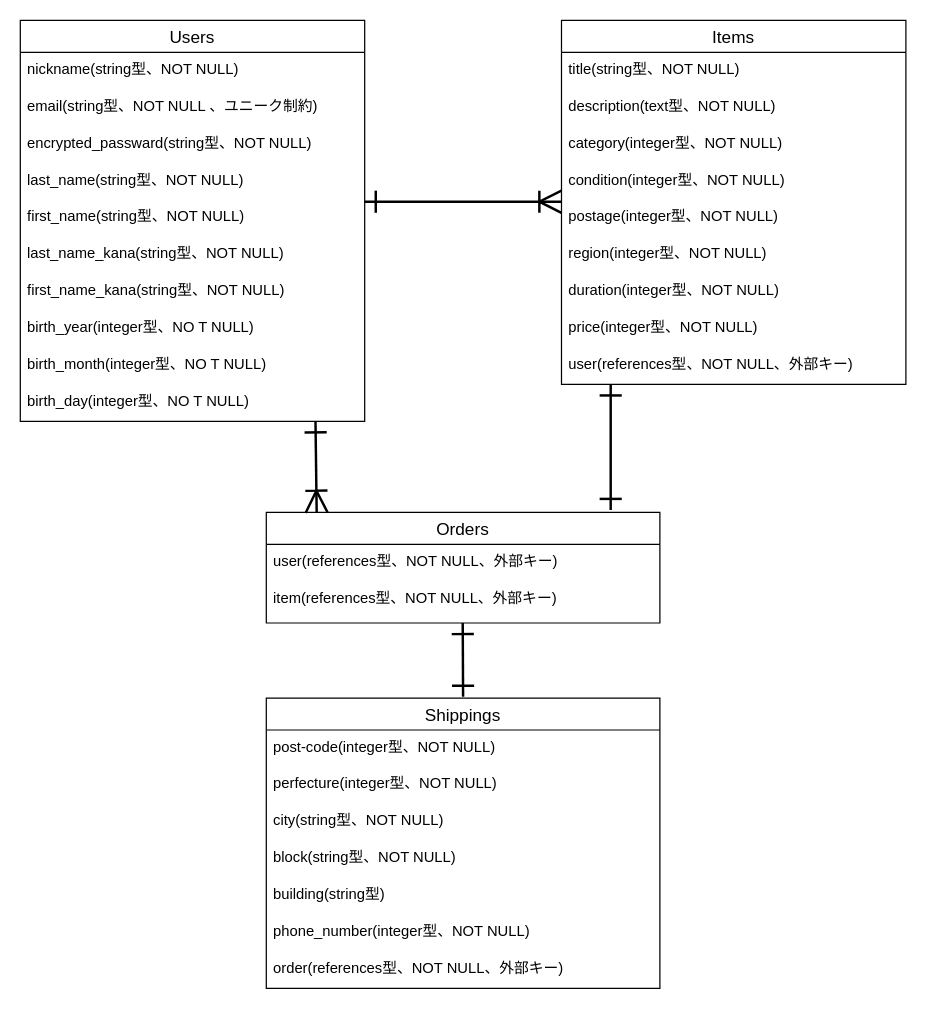
atsushi0610/furima-38916 keeps this draw.io diagram as furima.dio. Above is the earlier version. Source tidied: cells renumbered, new cells numbered last; positions are measured from the earlier drawing's top-left corner, leaving out a move shared by most shapes. Both pictures are drawn from the tidied source at 123%, with x=0, y=0 at pixel (20, 20).
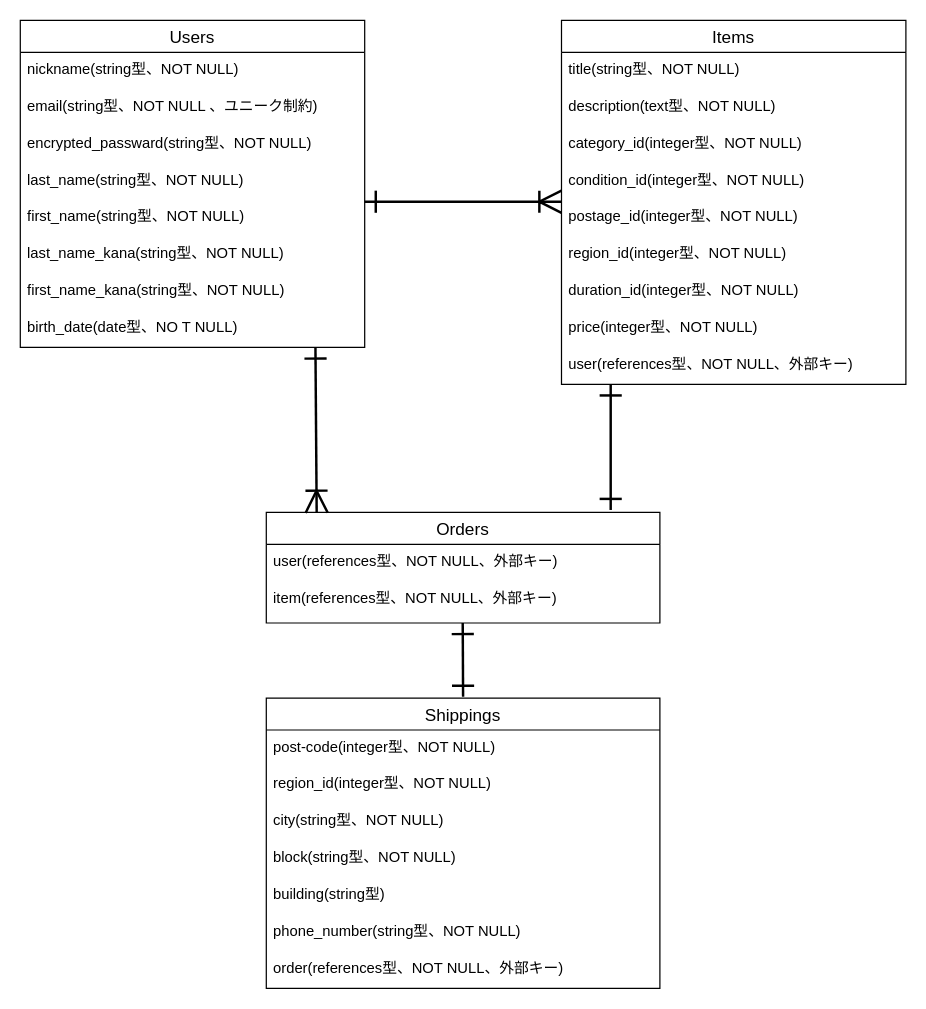
After the change.

Commit message (it also covers changes not shown here):
ER図、READMEの修正

The change refers to these unchanged cells:
```xml
<mxCell id="13" value="Items" style="swimlane;fontStyle=0;horizontal=1;startSize=26;align=center;fontSize=14;" parent="1" vertex="1">
  <mxGeometry x="440" width="280" height="296" as="geometry" />
</mxCell>
<mxCell id="23" value="Orders" style="swimlane;fontStyle=0;horizontal=1;startSize=26;align=center;fontSize=14;" parent="1" vertex="1">
  <mxGeometry x="200" y="400" width="320" height="90" as="geometry" />
</mxCell>
<mxCell id="26" value="Shippings" style="swimlane;fontStyle=0;horizontal=1;startSize=26;align=center;fontSize=14;" parent="1" vertex="1">
  <mxGeometry x="200" y="551" width="320" height="236" as="geometry" />
</mxCell>
```

Diff of the diagram source:
```diff
@@
     <mxCell id="2" value="Users" style="swimlane;fontStyle=0;horizontal=1;startSize=26;align=center;fontSize=14;" parent="1" vertex="1">
-      <mxGeometry width="280" height="326" as="geometry" />
+      <mxGeometry width="280" height="266" as="geometry" />
     </mxCell>
@@
-    <mxCell id="10" value="birth_year(integer型、NO T NULL)" style="text;strokeColor=none;fillColor=none;spacingLeft=4;spacingRight=4;overflow=hidden;points=[[0,0.5],[1,0.5]];portConstraint=eastwest;fontSize=12;" parent="2" vertex="1">
+    <mxCell id="10" value="birth_date(date型、NO T NULL)" style="text;strokeColor=none;fillColor=none;spacingLeft=4;spacingRight=4;overflow=hidden;points=[[0,0.5],[1,0.5]];portConstraint=eastwest;fontSize=12;" parent="2" vertex="1">
       <mxGeometry y="236" width="280" height="30" as="geometry" />
     </mxCell>
-    <mxCell id="11" value="birth_month(integer型、NO T NULL)" style="text;strokeColor=none;fillColor=none;spacingLeft=4;spacingRight=4;overflow=hidden;fontSize=12;" parent="2" vertex="1">
-      <mxGeometry y="266" width="280" height="30" as="geometry" />
-    </mxCell>
-    <mxCell id="12" value="birth_day(integer型、NO T NULL)" style="text;strokeColor=none;fillColor=none;spacingLeft=4;spacingRight=4;overflow=hidden;fontSize=12;" parent="2" vertex="1">
-      <mxGeometry y="296" width="280" height="30" as="geometry" />
-    </mxCell>
@@
-    <mxCell id="16" value="category(integer型、NOT NULL)" style="text;strokeColor=none;fillColor=none;spacingLeft=4;spacingRight=4;overflow=hidden;fontSize=12;" parent="13" vertex="1">
+    <mxCell id="16" value="category_id(integer型、NOT NULL)" style="text;strokeColor=none;fillColor=none;spacingLeft=4;spacingRight=4;overflow=hidden;fontSize=12;" parent="13" vertex="1">
       <mxGeometry y="86" width="280" height="30" as="geometry" />
     </mxCell>
-    <mxCell id="17" value="condition(integer型、NOT NULL)" style="text;strokeColor=none;fillColor=none;spacingLeft=4;spacingRight=4;overflow=hidden;fontSize=12;" parent="13" vertex="1">
+    <mxCell id="17" value="condition_id(integer型、NOT NULL)" style="text;strokeColor=none;fillColor=none;spacingLeft=4;spacingRight=4;overflow=hidden;fontSize=12;" parent="13" vertex="1">
       <mxGeometry y="116" width="280" height="30" as="geometry" />
     </mxCell>
-    <mxCell id="18" value="postage(integer型、NOT NULL)" style="text;strokeColor=none;fillColor=none;spacingLeft=4;spacingRight=4;overflow=hidden;fontSize=12;" parent="13" vertex="1">
+    <mxCell id="18" value="postage_id(integer型、NOT NULL)" style="text;strokeColor=none;fillColor=none;spacingLeft=4;spacingRight=4;overflow=hidden;fontSize=12;" parent="13" vertex="1">
       <mxGeometry y="146" width="280" height="30" as="geometry" />
     </mxCell>
-    <mxCell id="19" value="region(integer型、NOT NULL)" style="text;strokeColor=none;fillColor=none;spacingLeft=4;spacingRight=4;overflow=hidden;fontSize=12;" parent="13" vertex="1">
+    <mxCell id="19" value="region_id(integer型、NOT NULL)" style="text;strokeColor=none;fillColor=none;spacingLeft=4;spacingRight=4;overflow=hidden;fontSize=12;" parent="13" vertex="1">
       <mxGeometry y="176" width="280" height="30" as="geometry" />
     </mxCell>
-    <mxCell id="20" value="duration(integer型、NOT NULL)" style="text;strokeColor=none;fillColor=none;spacingLeft=4;spacingRight=4;overflow=hidden;fontSize=12;" parent="13" vertex="1">
+    <mxCell id="20" value="duration_id(integer型、NOT NULL)" style="text;strokeColor=none;fillColor=none;spacingLeft=4;spacingRight=4;overflow=hidden;fontSize=12;" parent="13" vertex="1">
       <mxGeometry y="206" width="280" height="30" as="geometry" />
     </mxCell>
@@
-    <mxCell id="28" value="perfecture(integer型、NOT NULL)" style="text;strokeColor=none;fillColor=none;spacingLeft=4;spacingRight=4;overflow=hidden;fontSize=12;" parent="26" vertex="1">
+    <mxCell id="28" value="region_id(integer型、NOT NULL)" style="text;strokeColor=none;fillColor=none;spacingLeft=4;spacingRight=4;overflow=hidden;fontSize=12;" parent="26" vertex="1">
       <mxGeometry y="56" width="320" height="30" as="geometry" />
     </mxCell>
@@
-    <mxCell id="32" value="phone_number(integer型、NOT NULL)" style="text;strokeColor=none;fillColor=none;spacingLeft=4;spacingRight=4;overflow=hidden;fontSize=12;" parent="26" vertex="1">
+    <mxCell id="32" value="phone_number(string型、NOT NULL)" style="text;strokeColor=none;fillColor=none;spacingLeft=4;spacingRight=4;overflow=hidden;fontSize=12;" parent="26" vertex="1">
       <mxGeometry y="176" width="320" height="30" as="geometry" />
     </mxCell>
@@
-    <mxCell id="35" style="endArrow=ERoneToMany;html=1;rounded=0;strokeWidth=2;startSize=15;endSize=15;sourcePerimeterSpacing=0;targetPerimeterSpacing=0;startArrow=ERone;startFill=0;endFill=0;entryX=0.128;entryY=0.005;entryDx=0;entryDy=0;entryPerimeter=0;" parent="1" edge="1" target="23">
-      <mxGeometry relative="1" as="geometry">
-        <mxPoint x="240" y="326" as="sourcePoint" />
-      </mxGeometry>
+    <mxCell id="35" style="endArrow=ERoneToMany;html=1;rounded=0;strokeWidth=2;startSize=15;endSize=15;sourcePerimeterSpacing=0;targetPerimeterSpacing=0;startArrow=ERone;startFill=0;endFill=0;entryX=0.128;entryY=0.005;entryDx=0;entryDy=0;entryPerimeter=0;exitX=0.857;exitY=1;exitDx=0;exitDy=0;exitPerimeter=0;" parent="1" edge="1" source="10" target="23">
+      <mxGeometry relative="1" as="geometry" />
     </mxCell>
```
